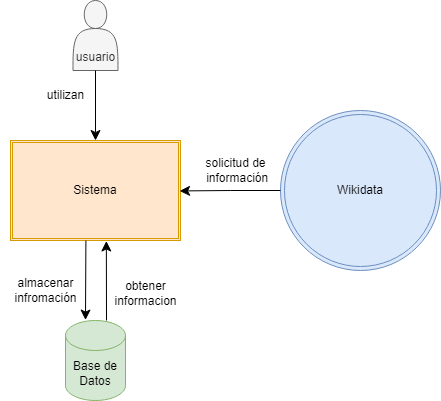
Before: docs/images/03_1_contexto-negocio.png, a diagram exported from draw.io (Arquisoft/wiq_es05a). Source tidied: cells renumbered, new cells last; positions are measured from the earlier drawing's top-left corner, leaving out a move shared by most shapes.
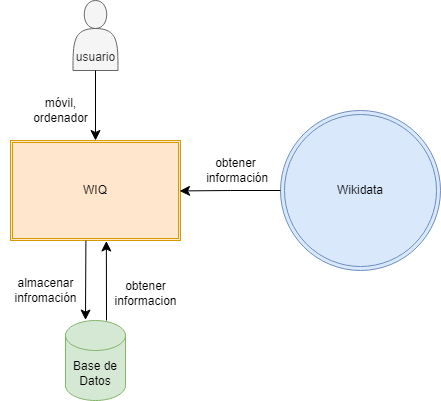
Later version of the same file.

What changed in the source:
```diff
@@ -5,7 +5,7 @@
     <mxCell id="2" value="&lt;br&gt;&lt;br&gt;&lt;br&gt;usuario" style="shape=actor;whiteSpace=wrap;html=1;fillColor=#f5f5f5;fontColor=#333333;strokeColor=#666666;" parent="1" vertex="1">
       <mxGeometry x="72.5" width="45" height="70" as="geometry" />
     </mxCell>
-    <mxCell id="3" value="Sistema" style="shape=ext;double=1;rounded=0;whiteSpace=wrap;html=1;fillColor=#ffe6cc;strokeColor=#d79b00;" parent="1" vertex="1">
+    <mxCell id="3" value="WIQ" style="shape=ext;double=1;rounded=0;whiteSpace=wrap;html=1;fillColor=#ffe6cc;strokeColor=#d79b00;" parent="1" vertex="1">
       <mxGeometry x="10" y="140" width="170" height="100" as="geometry" />
     </mxCell>
     <mxCell id="4" value="Wikidata" style="ellipse;shape=doubleEllipse;whiteSpace=wrap;html=1;fillColor=#dae8fc;strokeColor=#6c8ebf;" parent="1" vertex="1">
@@ -19,10 +19,7 @@
     <mxCell id="6" style="edgeStyle=segmentEdgeStyle;endArrow=classic;html=1;curved=0;rounded=0;endSize=8;startSize=8;exitX=0.5;exitY=1;exitDx=0;exitDy=0;entryX=0.5;entryY=0;entryDx=0;entryDy=0;" parent="1" edge="1" source="2" target="3">
       <mxGeometry relative="1" as="geometry" />
     </mxCell>
-    <mxCell id="7" value="utilizan" style="text;html=1;align=center;verticalAlign=middle;strokeColor=none;fillColor=none;" parent="1" vertex="1">
-      <mxGeometry x="35" y="80" width="60" height="30" as="geometry" />
-    </mxCell>
-    <mxCell id="8" value="solicitud de&lt;br&gt;&amp;nbsp;información" style="text;html=1;align=center;verticalAlign=middle;strokeColor=none;fillColor=none;" parent="1" vertex="1">
+    <mxCell id="8" value="obtener&lt;br&gt;&amp;nbsp;información" style="text;html=1;align=center;verticalAlign=middle;strokeColor=none;fillColor=none;" parent="1" vertex="1">
       <mxGeometry x="190" y="150" width="90" height="40" as="geometry" />
     </mxCell>
     <mxCell id="9" style="edgeStyle=segmentEdgeStyle;endArrow=classic;html=1;curved=0;rounded=0;endSize=8;startSize=8;entryX=0.652;entryY=1.005;entryDx=0;entryDy=0;entryPerimeter=0;" parent="1" edge="1">
@@ -45,5 +42,8 @@
     <mxCell id="13" value="Base de&lt;br&gt;Datos" style="shape=cylinder3;whiteSpace=wrap;html=1;boundedLbl=1;backgroundOutline=1;size=15;fillColor=#d5e8d4;strokeColor=#82b366;" parent="1" vertex="1">
       <mxGeometry x="65" y="320" width="60" height="80" as="geometry" />
     </mxCell>
+    <mxCell id="14" value="móvil,&lt;br&gt;ordenador" style="text;html=1;align=center;verticalAlign=middle;strokeColor=none;fillColor=none;" parent="1" vertex="1">
+      <mxGeometry x="20" y="90" width="80" height="40" as="geometry" />
+    </mxCell>
   </root>
 </mxGraphModel>
```
